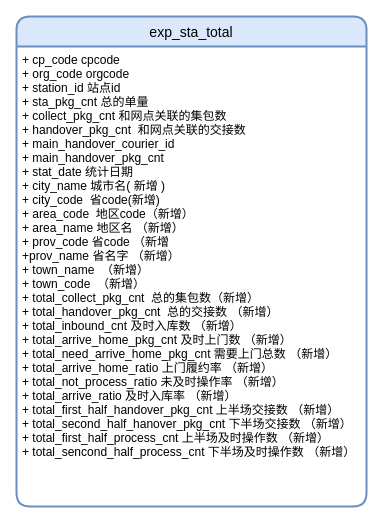
Earlier version of the draw.io diagram 站点数据表.drawio (stevesgit/ReadingNotes). Source tidied: cells renumbered, new cells numbered last; positions are measured from the earlier drawing's top-left corner, leaving out a move shared by most shapes. Both pictures are drawn from the tidied source at 100%, with x=0, y=0 at pixel (16, 16).
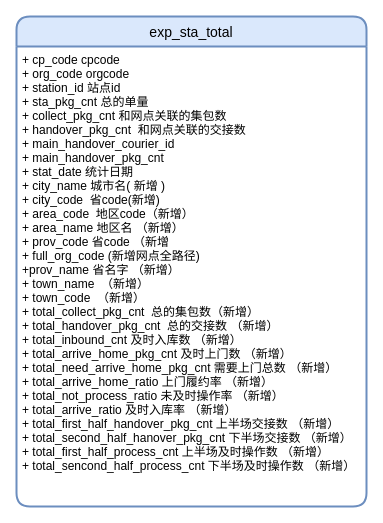
The same diagram, later.

Commit message:
Update 站点数据表.drawio

What changed in the source:
```diff
@@
 <mxGraphModel>
   <root>
     <mxCell id="0" />
     <mxCell id="1" parent="0" />
     <mxCell id="2" value="exp_sta_total" style="swimlane;horizontal=1;startSize=30;rounded=1;fontSize=14;fontStyle=0;strokeWidth=2;shadow=0;dashed=0;align=center;fillColor=#dae8fc;strokeColor=#6c8ebf;" parent="1" vertex="1">
       <mxGeometry width="350" height="490" as="geometry" />
     </mxCell>
-    <mxCell id="3" value="+ cp_code cpcode&#10;+ org_code orgcode&#10;+ station_id 站点id&#10;+ sta_pkg_cnt 总的单量&#10;+ collect_pkg_cnt 和网点关联的集包数&#10;+ handover_pkg_cnt  和网点关联的交接数&#10;+ main_handover_courier_id &#10;+ main_handover_pkg_cnt&#10;+ stat_date 统计日期&#10;+ city_name 城市名( 新增 )&#10;+ city_code  省code(新增)&#10;+ area_code  地区code（新增）&#10;+ area_name 地区名 （新增）&#10;+ prov_code 省code （新增&#10;+prov_name 省名字 （新增）&#10;+ town_name  （新增）&#10;+ town_code  （新增）&#10;+ total_collect_pkg_cnt  总的集包数（新增）&#10;+ total_handover_pkg_cnt  总的交接数 （新增）&#10;+ total_inbound_cnt 及时入库数 （新增）&#10;+ total_arrive_home_pkg_cnt 及时上门数 （新增）&#10;+ total_need_arrive_home_pkg_cnt 需要上门总数 （新增）&#10;+ total_arrive_home_ratio 上门履约率 （新增）&#10;+ total_not_process_ratio 未及时操作率 （新增）&#10;+ total_arrive_ratio 及时入库率 （新增）&#10;+ total_first_half_handover_pkg_cnt 上半场交接数 （新增）&#10;+ total_second_half_hanover_pkg_cnt 下半场交接数 （新增）&#10;+ total_first_half_process_cnt 上半场及时操作数 （新增）&#10;+ total_sencond_half_process_cnt 下半场及时操作数 （新增）&#10;" style="align=left;strokeColor=none;fillColor=none;spacingLeft=4;fontSize=12;verticalAlign=top;" parent="2" vertex="1">
+    <mxCell id="3" value="+ cp_code cpcode&#10;+ org_code orgcode&#10;+ station_id 站点id&#10;+ sta_pkg_cnt 总的单量&#10;+ collect_pkg_cnt 和网点关联的集包数&#10;+ handover_pkg_cnt  和网点关联的交接数&#10;+ main_handover_courier_id &#10;+ main_handover_pkg_cnt&#10;+ stat_date 统计日期&#10;+ city_name 城市名( 新增 )&#10;+ city_code  省code(新增)&#10;+ area_code  地区code（新增）&#10;+ area_name 地区名 （新增）&#10;+ prov_code 省code （新增&#10;+ full_org_code (新增网点全路径)&#10;+prov_name 省名字 （新增）&#10;+ town_name  （新增）&#10;+ town_code  （新增）&#10;+ total_collect_pkg_cnt  总的集包数（新增）&#10;+ total_handover_pkg_cnt  总的交接数 （新增）&#10;+ total_inbound_cnt 及时入库数 （新增）&#10;+ total_arrive_home_pkg_cnt 及时上门数 （新增）&#10;+ total_need_arrive_home_pkg_cnt 需要上门总数 （新增）&#10;+ total_arrive_home_ratio 上门履约率 （新增）&#10;+ total_not_process_ratio 未及时操作率 （新增）&#10;+ total_arrive_ratio 及时入库率 （新增）&#10;+ total_first_half_handover_pkg_cnt 上半场交接数 （新增）&#10;+ total_second_half_hanover_pkg_cnt 下半场交接数 （新增）&#10;+ total_first_half_process_cnt 上半场及时操作数 （新增）&#10;+ total_sencond_half_process_cnt 下半场及时操作数 （新增）&#10;" style="align=left;strokeColor=none;fillColor=none;spacingLeft=4;fontSize=12;verticalAlign=top;" parent="2" vertex="1">
       <mxGeometry y="30" width="350" height="460" as="geometry" />
     </mxCell>
   </root>
 </mxGraphModel>
```
